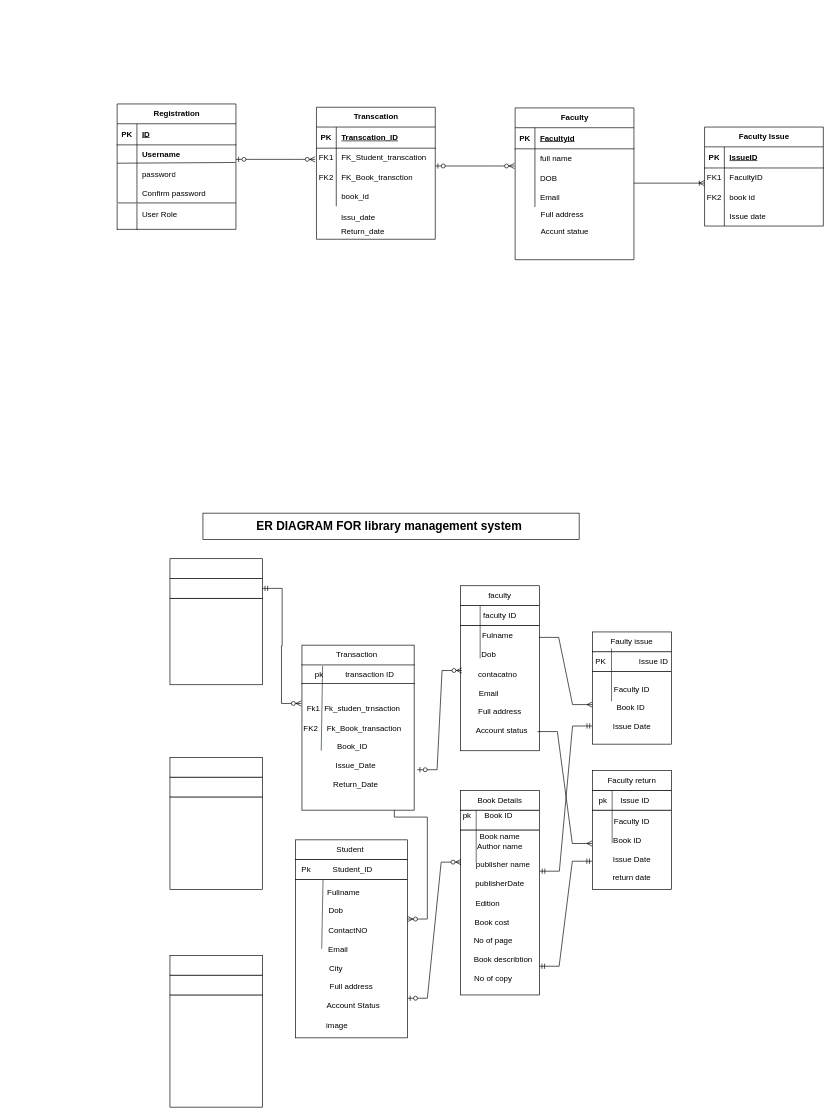
Earlier version of the draw.io diagram ER_Diagram-for-libarary-management-System.drawio (hussaini021/Library_management). Source tidied: cells renumbered, new cells numbered last; positions are measured from the earlier drawing's top-left corner, leaving out a move shared by most shapes. Both pictures are drawn from the tidied source at 66%, with x=0, y=0 at pixel (117, 93).
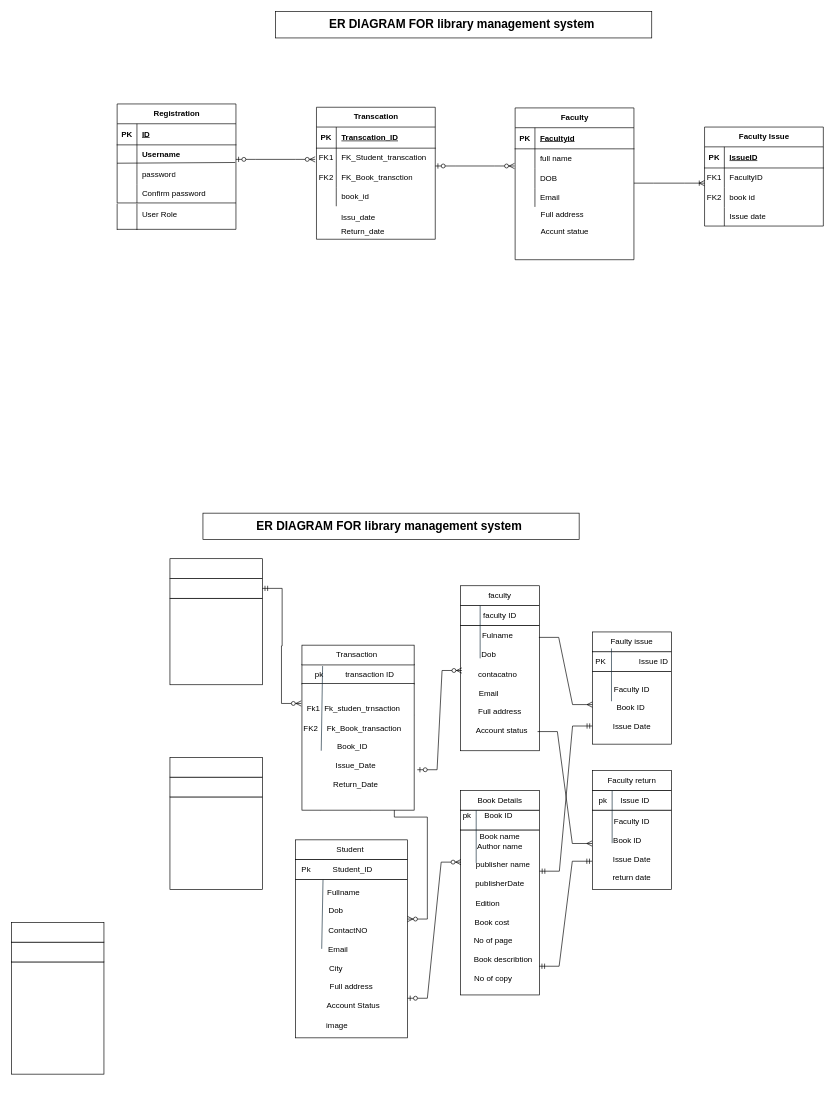
The same page after the edit.

What changed in the source:
```diff
@@
     <mxCell id="32" style="rounded=0;whiteSpace=wrap;html=1;" parent="1" vertex="1">
-      <mxGeometry x="80" y="1366" width="140" height="170" as="geometry" />
+      <mxGeometry x="-160" y="1316" width="140" height="170" as="geometry" />
     </mxCell>
     <mxCell id="33" style="rounded=0;whiteSpace=wrap;html=1;" parent="1" vertex="1">
-      <mxGeometry x="80" y="1336" width="140" height="30" as="geometry" />
+      <mxGeometry x="-160" y="1286" width="140" height="30" as="geometry" />
     </mxCell>
     <mxCell id="34" style="rounded=0;whiteSpace=wrap;html=1;" parent="1" vertex="1">
-      <mxGeometry x="80" y="1306" width="140" height="30" as="geometry" />
+      <mxGeometry x="-160" y="1256" width="140" height="30" as="geometry" />
     </mxCell>
@@
+    <mxCell id="112" value="&lt;b&gt;&lt;font style=&quot;font-size: 18px;&quot;&gt;ER DIAGRAM FOR library management system&amp;nbsp;&lt;/font&gt;&lt;/b&gt;" style="rounded=0;whiteSpace=wrap;html=1;" parent="1" vertex="1">
+      <mxGeometry x="240" y="-124" width="570" height="40" as="geometry" />
+    </mxCell>
```
